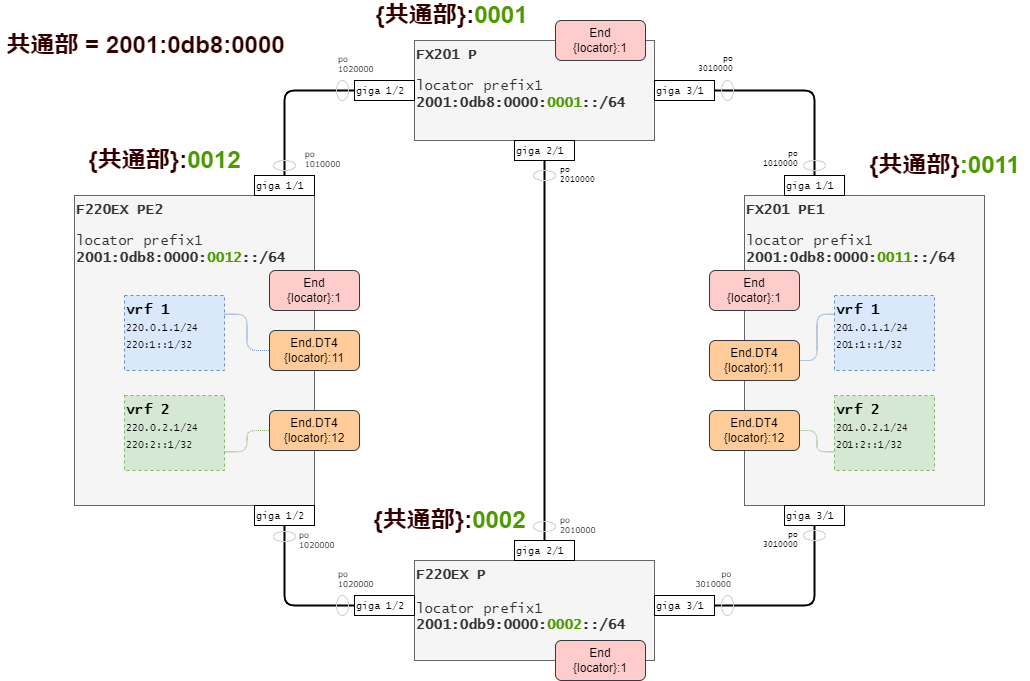
The draw.io diagram examples/config_l3vpn/img/labo1_sid.drawio.png in takamitsu-iida/pyats-fitelnet, before a commit. Source tidied: cells renumbered, new cells last; positions are measured from the earlier drawing's top-left corner, leaving out a move shared by most shapes.
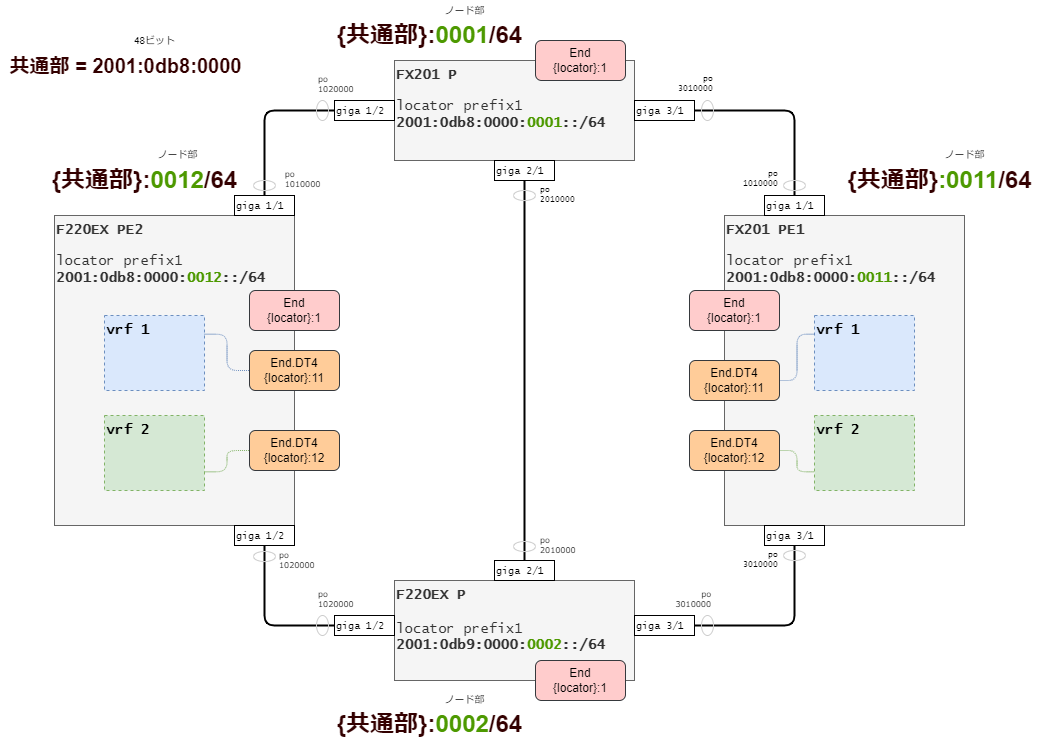
The same diagram one commit later.

The edit, as a diff of the source:
```diff
@@ -47,16 +47,16 @@
     <mxCell id="16" value="giga 3/1" style="rounded=0;whiteSpace=wrap;html=1;fontFamily=Lucida Console;fontSize=10;fontColor=#000000;align=left;verticalAlign=middle;" parent="1" vertex="1">
       <mxGeometry x="784" y="505" width="60" height="20" as="geometry" />
     </mxCell>
-    <mxCell id="17" value="&lt;b&gt;vrf 1&lt;/b&gt;&lt;br&gt;&lt;font style=&quot;font-size: 10px&quot;&gt;201.0.1.1/24&lt;br&gt;201:1::1/32&lt;/font&gt;" style="rounded=0;whiteSpace=wrap;html=1;fontFamily=Lucida Console;fontSize=14;dashed=1;align=left;verticalAlign=top;fillColor=#dae8fc;strokeColor=#6c8ebf;" parent="1" vertex="1">
+    <mxCell id="17" value="&lt;b&gt;vrf 1&lt;/b&gt;&lt;br&gt;" style="rounded=0;whiteSpace=wrap;html=1;fontFamily=Lucida Console;fontSize=14;dashed=1;align=left;verticalAlign=top;fillColor=#dae8fc;strokeColor=#6c8ebf;" parent="1" vertex="1">
       <mxGeometry x="834" y="295" width="100" height="75" as="geometry" />
     </mxCell>
-    <mxCell id="18" value="&lt;b&gt;vrf 2&lt;/b&gt;&lt;br&gt;&lt;font style=&quot;font-size: 10px&quot;&gt;201.0.2.1/24&lt;br&gt;201:2::1/32&lt;/font&gt;" style="rounded=0;whiteSpace=wrap;html=1;fontFamily=Lucida Console;fontSize=14;dashed=1;align=left;verticalAlign=top;fillColor=#d5e8d4;strokeColor=#82b366;" parent="1" vertex="1">
+    <mxCell id="18" value="&lt;b&gt;vrf 2&lt;/b&gt;&lt;br&gt;" style="rounded=0;whiteSpace=wrap;html=1;fontFamily=Lucida Console;fontSize=14;dashed=1;align=left;verticalAlign=top;fillColor=#d5e8d4;strokeColor=#82b366;" parent="1" vertex="1">
       <mxGeometry x="834" y="395" width="100" height="75" as="geometry" />
     </mxCell>
-    <mxCell id="19" value="&lt;b&gt;vrf 1&lt;/b&gt;&lt;br&gt;&lt;font style=&quot;font-size: 10px&quot;&gt;220.0.1.1/24&lt;br&gt;220:1::1/32&lt;/font&gt;" style="rounded=0;whiteSpace=wrap;html=1;fontFamily=Lucida Console;fontSize=14;dashed=1;align=left;verticalAlign=top;fillColor=#dae8fc;strokeColor=#6c8ebf;" parent="1" vertex="1">
+    <mxCell id="19" value="&lt;b&gt;vrf 1&lt;/b&gt;&lt;br&gt;" style="rounded=0;whiteSpace=wrap;html=1;fontFamily=Lucida Console;fontSize=14;dashed=1;align=left;verticalAlign=top;fillColor=#dae8fc;strokeColor=#6c8ebf;" parent="1" vertex="1">
       <mxGeometry x="124" y="295" width="100" height="75" as="geometry" />
     </mxCell>
-    <mxCell id="20" value="&lt;b&gt;vrf 2&lt;/b&gt;&lt;br&gt;&lt;font style=&quot;font-size: 10px&quot;&gt;220.0.2.1/24&lt;br&gt;220:2::1/32&lt;/font&gt;" style="rounded=0;whiteSpace=wrap;html=1;fontFamily=Lucida Console;fontSize=14;dashed=1;align=left;verticalAlign=top;fillColor=#d5e8d4;strokeColor=#82b366;" parent="1" vertex="1">
+    <mxCell id="20" value="&lt;b&gt;vrf 2&lt;/b&gt;&lt;br&gt;" style="rounded=0;whiteSpace=wrap;html=1;fontFamily=Lucida Console;fontSize=14;dashed=1;align=left;verticalAlign=top;fillColor=#d5e8d4;strokeColor=#82b366;" parent="1" vertex="1">
       <mxGeometry x="124" y="395" width="100" height="75" as="geometry" />
     </mxCell>
     <mxCell id="21" style="edgeStyle=orthogonalEdgeStyle;html=1;entryX=0;entryY=0.5;entryDx=0;entryDy=0;fontFamily=Lucida Console;fontSize=10;fontColor=#000000;endArrow=none;endFill=0;strokeWidth=2;exitX=0.5;exitY=0;exitDx=0;exitDy=0;" parent="1" edge="1" source="22" target="10">
@@ -167,20 +167,35 @@
     <mxCell id="56" value="End&lt;br&gt;{locator}:1" style="rounded=1;whiteSpace=wrap;html=1;fillColor=#ffcccc;strokeColor=#36393d;" parent="1" vertex="1">
       <mxGeometry x="269" y="270" width="90" height="40" as="geometry" />
     </mxCell>
-    <mxCell id="57" value="&lt;font color=&quot;#330000&quot;&gt;{共通部}:&lt;/font&gt;0001" style="text;html=1;align=center;verticalAlign=middle;strokeColor=none;fillColor=none;fontSize=24;fontColor=#4D9900;fontStyle=1;" parent="1" vertex="1">
-      <mxGeometry x="366" width="170" height="30" as="geometry" />
+    <mxCell id="57" value="&lt;font color=&quot;#330000&quot;&gt;{共通部}:&lt;/font&gt;0001&lt;font color=&quot;#330000&quot;&gt;/64&lt;/font&gt;" style="text;html=1;align=center;verticalAlign=middle;strokeColor=none;fillColor=none;fontSize=24;fontColor=#4D9900;fontStyle=1;" parent="1" vertex="1">
+      <mxGeometry x="349" width="200" height="30" as="geometry" />
     </mxCell>
-    <mxCell id="58" value="&lt;span style=&quot;color: rgb(51 , 0 , 0)&quot;&gt;{共通部}:&lt;/span&gt;0002" style="text;html=1;align=center;verticalAlign=middle;strokeColor=none;fillColor=none;fontSize=24;fontColor=#4D9900;fontStyle=1;" parent="1" vertex="1">
-      <mxGeometry x="364" y="505" width="170" height="30" as="geometry" />
+    <mxCell id="58" value="&lt;span style=&quot;color: rgb(51 , 0 , 0)&quot;&gt;{共通部}:&lt;/span&gt;0002&lt;font color=&quot;#330000&quot;&gt;/64&lt;/font&gt;" style="text;html=1;align=center;verticalAlign=middle;strokeColor=none;fillColor=none;fontSize=24;fontColor=#4D9900;fontStyle=1;" parent="1" vertex="1">
+      <mxGeometry x="349" y="689" width="200" height="30" as="geometry" />
     </mxCell>
-    <mxCell id="59" value="&lt;span style=&quot;color: rgb(51 , 0 , 0)&quot;&gt;{共通部}&lt;/span&gt;:0011" style="text;html=1;align=center;verticalAlign=middle;strokeColor=none;fillColor=none;fontSize=24;fontColor=#4D9900;fontStyle=1;" parent="1" vertex="1">
-      <mxGeometry x="859" y="150" width="170" height="30" as="geometry" />
+    <mxCell id="59" value="&lt;span style=&quot;color: rgb(51 , 0 , 0)&quot;&gt;{共通部}&lt;/span&gt;:0011&lt;font color=&quot;#330000&quot;&gt;/64&lt;/font&gt;" style="text;html=1;align=center;verticalAlign=middle;strokeColor=none;fillColor=none;fontSize=24;fontColor=#4D9900;fontStyle=1;" parent="1" vertex="1">
+      <mxGeometry x="859" y="145" width="200" height="30" as="geometry" />
     </mxCell>
-    <mxCell id="60" value="&lt;span style=&quot;color: rgb(51 , 0 , 0)&quot;&gt;{共通部}:&lt;/span&gt;0012" style="text;html=1;align=center;verticalAlign=middle;strokeColor=none;fillColor=none;fontSize=24;fontColor=#4D9900;fontStyle=1;" parent="1" vertex="1">
-      <mxGeometry x="79" y="145" width="170" height="30" as="geometry" />
+    <mxCell id="60" value="&lt;span style=&quot;color: rgb(51 , 0 , 0)&quot;&gt;{共通部}:&lt;/span&gt;0012&lt;font color=&quot;#330000&quot;&gt;/64&lt;/font&gt;" style="text;html=1;align=center;verticalAlign=middle;strokeColor=none;fillColor=none;fontSize=24;fontColor=#4D9900;fontStyle=1;" parent="1" vertex="1">
+      <mxGeometry x="64" y="145" width="200" height="30" as="geometry" />
     </mxCell>
-    <mxCell id="61" value="&lt;font color=&quot;#330000&quot;&gt;共通部 = 2001:0db8:0000&lt;/font&gt;" style="text;html=1;align=center;verticalAlign=middle;strokeColor=none;fillColor=none;fontSize=24;fontColor=#4D9900;fontStyle=1;" parent="1" vertex="1">
-      <mxGeometry y="30" width="290" height="30" as="geometry" />
+    <mxCell id="61" value="&lt;font color=&quot;#330000&quot; style=&quot;font-size: 20px;&quot;&gt;共通部 = 2001:0db8:0000&lt;/font&gt;" style="text;html=1;align=center;verticalAlign=middle;strokeColor=none;fillColor=none;fontSize=20;fontColor=#4D9900;fontStyle=1;" parent="1" vertex="1">
+      <mxGeometry x="20" y="30" width="250" height="30" as="geometry" />
     </mxCell>
+    <mxCell id="62" value="48ビット" style="text;html=1;align=center;verticalAlign=middle;strokeColor=none;fillColor=none;fontSize=10;" parent="1" vertex="1">
+      <mxGeometry x="144" y="10" width="60" height="20" as="geometry" />
+    </mxCell>
+    <mxCell id="63" value="ノード部" style="text;html=1;align=center;verticalAlign=middle;strokeColor=none;fillColor=none;fontSize=10;" parent="1" vertex="1">
+      <mxGeometry x="454" y="-20" width="60" height="20" as="geometry" />
+    </mxCell>
+    <mxCell id="64" value="ノード部" style="text;html=1;align=center;verticalAlign=middle;strokeColor=none;fillColor=none;fontSize=10;" parent="1" vertex="1">
+      <mxGeometry x="454" y="669" width="60" height="20" as="geometry" />
+    </mxCell>
+    <mxCell id="65" value="ノード部" style="text;html=1;align=center;verticalAlign=middle;strokeColor=none;fillColor=none;fontSize=10;" parent="1" vertex="1">
+      <mxGeometry x="167" y="124" width="60" height="20" as="geometry" />
+    </mxCell>
+    <mxCell id="66" value="ノード部" style="text;html=1;align=center;verticalAlign=middle;strokeColor=none;fillColor=none;fontSize=10;" parent="1" vertex="1">
+      <mxGeometry x="954" y="124" width="60" height="20" as="geometry" />
+    </mxCell>
   </root>
 </mxGraphModel>
```
